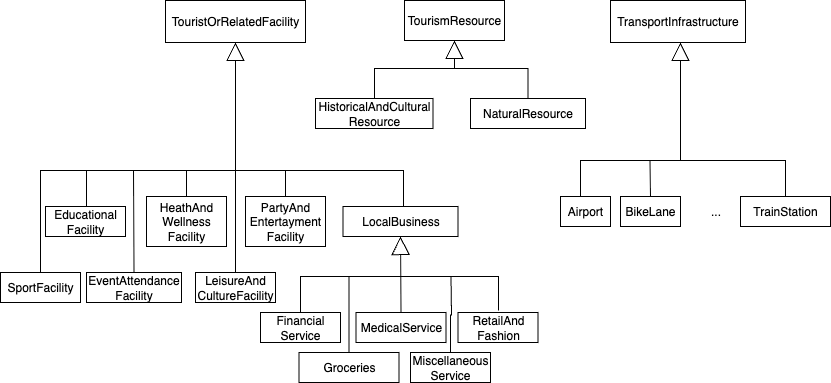
This is docs/images/fig6-TourismResource.png from TURISMO-Ontologia/core-ontology, a draw.io export, as it was before one commit. Source tidied: cells renumbered, new cells last; positions are measured from the earlier drawing's top-left corner, leaving out a move shared by most shapes.
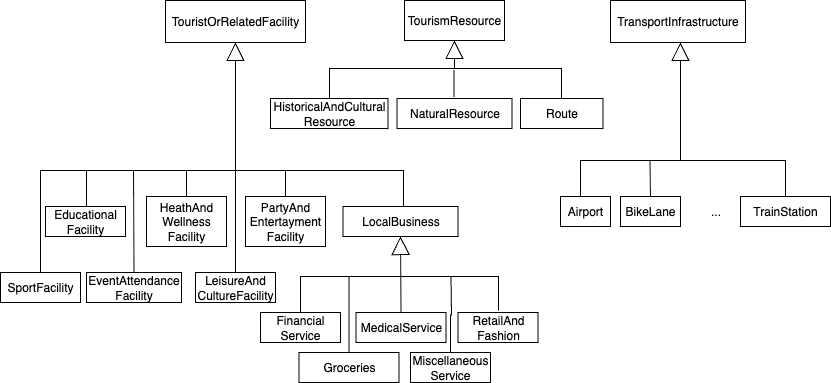
The same file after the commit.

Commit message:
Actualización de los diagramas de Tourism Resource para incluir la clase Ruta

Diff of the diagram source:
```diff
@@ -5,11 +5,14 @@
     <mxCell id="2" value="TourismResource" style="rounded=0;whiteSpace=wrap;html=1;snapToPoint=1;points=[[0.1,0],[0.2,0],[0.3,0],[0.4,0],[0.5,0],[0.6,0],[0.7,0],[0.8,0],[0.9,0],[0,0.1],[0,0.3],[0,0.5],[0,0.7],[0,0.9],[0.1,1],[0.2,1],[0.3,1],[0.4,1],[0.5,1],[0.6,1],[0.7,1],[0.8,1],[0.9,1],[1,0.1],[1,0.3],[1,0.5],[1,0.7],[1,0.9]];" parent="1" vertex="1">
       <mxGeometry x="404" width="100" height="40" as="geometry" />
     </mxCell>
-    <mxCell id="3" style="edgeStyle=orthogonalEdgeStyle;rounded=0;jettySize=auto;html=1;exitX=0.5;exitY=0;exitDx=0;exitDy=0;endArrow=none;endFill=0;" parent="1" edge="1" source="30">
+    <mxCell id="3" style="edgeStyle=orthogonalEdgeStyle;rounded=0;jettySize=auto;html=1;exitX=0.5;exitY=0;exitDx=0;exitDy=0;endArrow=none;endFill=0;" parent="1" edge="1" source="38">
       <mxGeometry relative="1" as="geometry">
         <mxPoint x="450" y="68" as="targetPoint" />
         <Array as="points">
-          <mxPoint x="528" y="68" />
+          <mxPoint x="574" y="98" />
+          <mxPoint x="574" y="100" />
+          <mxPoint x="561" y="100" />
+          <mxPoint x="561" y="68" />
         </Array>
       </mxGeometry>
     </mxCell>
@@ -22,13 +25,13 @@
     <mxCell id="6" style="endArrow=block;endSize=16;endFill=0;html=1;rounded=0;entryX=0.5;entryY=1;entryDx=0;entryDy=0;exitDx=0;exitDy=0;" parent="1" edge="1" source="7" target="2">
       <mxGeometry relative="1" as="geometry">
         <Array as="points">
-          <mxPoint x="374" y="68" />
+          <mxPoint x="329" y="68" />
           <mxPoint x="454" y="68" />
         </Array>
       </mxGeometry>
     </mxCell>
     <mxCell id="7" value="HistoricalAndCultural&lt;div&gt;Resource&lt;/div&gt;" style="rounded=0;whiteSpace=wrap;html=1;snapToPoint=1;points=[[0.1,0],[0.2,0],[0.3,0],[0.4,0],[0.5,0],[0.6,0],[0.7,0],[0.8,0],[0.9,0],[0,0.1],[0,0.3],[0,0.5],[0,0.7],[0,0.9],[0.1,1],[0.2,1],[0.3,1],[0.4,1],[0.5,1],[0.6,1],[0.7,1],[0.8,1],[0.9,1],[1,0.1],[1,0.3],[1,0.5],[1,0.7],[1,0.9]];align=center;" parent="1" vertex="1">
-      <mxGeometry x="315" y="98" width="117.5" height="30" as="geometry" />
+      <mxGeometry x="270" y="98" width="117.5" height="30" as="geometry" />
     </mxCell>
     <mxCell id="8" style="edgeStyle=orthogonalEdgeStyle;rounded=0;jettySize=auto;html=1;exitX=0.5;exitY=0;exitDx=0;exitDy=0;endArrow=none;endFill=0;" parent="1" edge="1" source="9">
       <mxGeometry relative="1" as="geometry">
@@ -132,7 +135,7 @@
       </mxGeometry>
     </mxCell>
     <mxCell id="30" value="NaturalResource" style="rounded=0;whiteSpace=wrap;html=1;snapToPoint=1;points=[[0.1,0],[0.2,0],[0.3,0],[0.4,0],[0.5,0],[0.6,0],[0.7,0],[0.8,0],[0.9,0],[0,0.1],[0,0.3],[0,0.5],[0,0.7],[0,0.9],[0.1,1],[0.2,1],[0.3,1],[0.4,1],[0.5,1],[0.6,1],[0.7,1],[0.8,1],[0.9,1],[1,0.1],[1,0.3],[1,0.5],[1,0.7],[1,0.9]];align=center;" parent="1" vertex="1">
-      <mxGeometry x="470" y="98" width="115" height="30" as="geometry" />
+      <mxGeometry x="396.5" y="98" width="115" height="30" as="geometry" />
     </mxCell>
     <mxCell id="31" value="&lt;div&gt;Airport&lt;/div&gt;" style="rounded=0;whiteSpace=wrap;html=1;snapToPoint=1;points=[[0.1,0],[0.2,0],[0.3,0],[0.4,0],[0.5,0],[0.6,0],[0.7,0],[0.8,0],[0.9,0],[0,0.1],[0,0.3],[0,0.5],[0,0.7],[0,0.9],[0.1,1],[0.2,1],[0.3,1],[0.4,1],[0.5,1],[0.6,1],[0.7,1],[0.8,1],[0.9,1],[1,0.1],[1,0.3],[1,0.5],[1,0.7],[1,0.9]];" parent="1" vertex="1">
       <mxGeometry x="560" y="196" width="50" height="30" as="geometry" />
@@ -170,5 +173,14 @@
         </Array>
       </mxGeometry>
     </mxCell>
+    <mxCell id="38" value="Route" style="rounded=0;whiteSpace=wrap;html=1;snapToPoint=1;points=[[0.1,0],[0.2,0],[0.3,0],[0.4,0],[0.5,0],[0.6,0],[0.7,0],[0.8,0],[0.9,0],[0,0.1],[0,0.3],[0,0.5],[0,0.7],[0,0.9],[0.1,1],[0.2,1],[0.3,1],[0.4,1],[0.5,1],[0.6,1],[0.7,1],[0.8,1],[0.9,1],[1,0.1],[1,0.3],[1,0.5],[1,0.7],[1,0.9]];align=center;" parent="1" vertex="1">
+      <mxGeometry x="520" y="98" width="82.5" height="30" as="geometry" />
+    </mxCell>
+    <mxCell id="39" style="edgeStyle=orthogonalEdgeStyle;rounded=0;orthogonalLoop=1;jettySize=auto;html=1;exitX=0.5;exitY=0;exitDx=0;exitDy=0;endArrow=none;endFill=0;" parent="1" edge="1">
+      <mxGeometry relative="1" as="geometry">
+        <mxPoint x="453.5" y="96" as="sourcePoint" />
+        <mxPoint x="453.5" y="70" as="targetPoint" />
+      </mxGeometry>
+    </mxCell>
   </root>
 </mxGraphModel>
```
